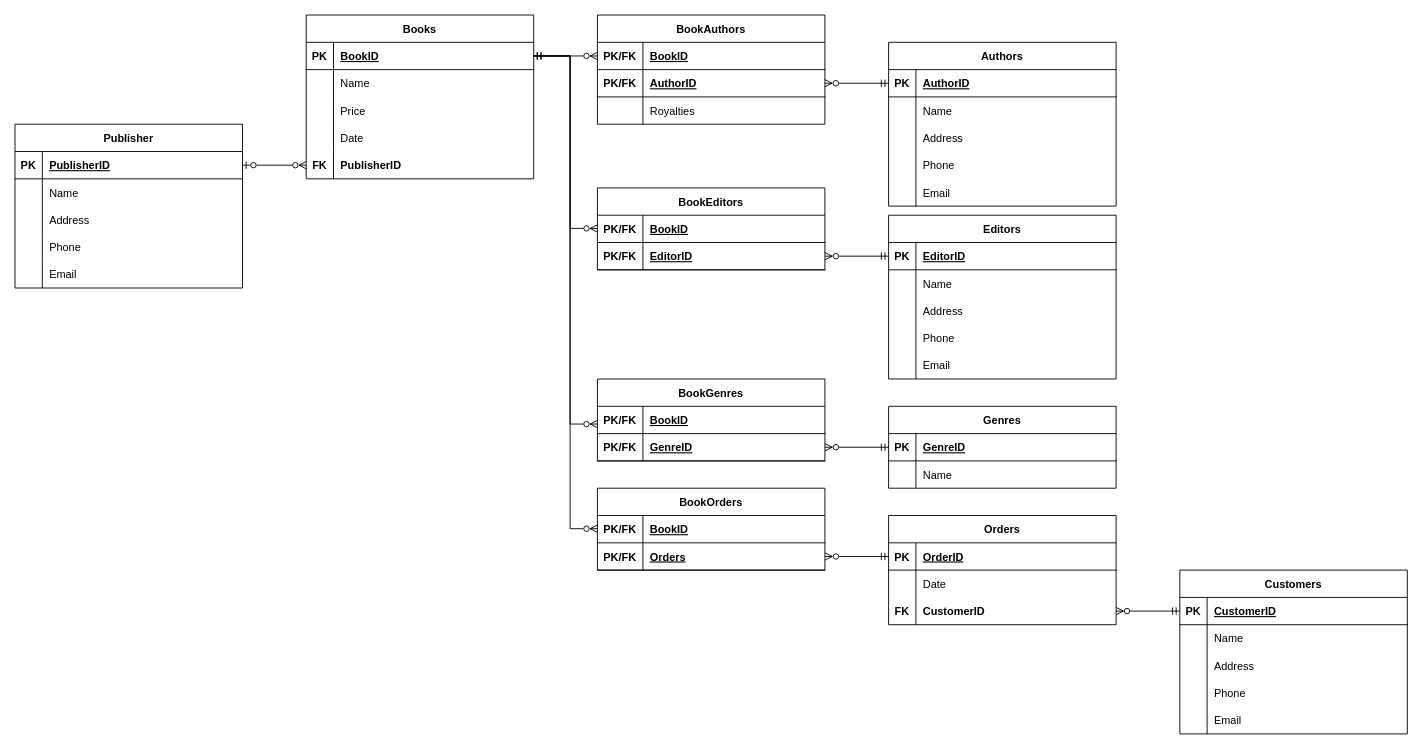
The draw.io diagram book_business.drawio in frogcjn/hw-db-book-biz, before the edit. Source tidied: cells renumbered, new cells numbered last; positions are measured from the earlier drawing's top-left corner, leaving out a move shared by most shapes. Both pictures are drawn from the tidied source at 91%, with x=0, y=0 at pixel (15, 15).
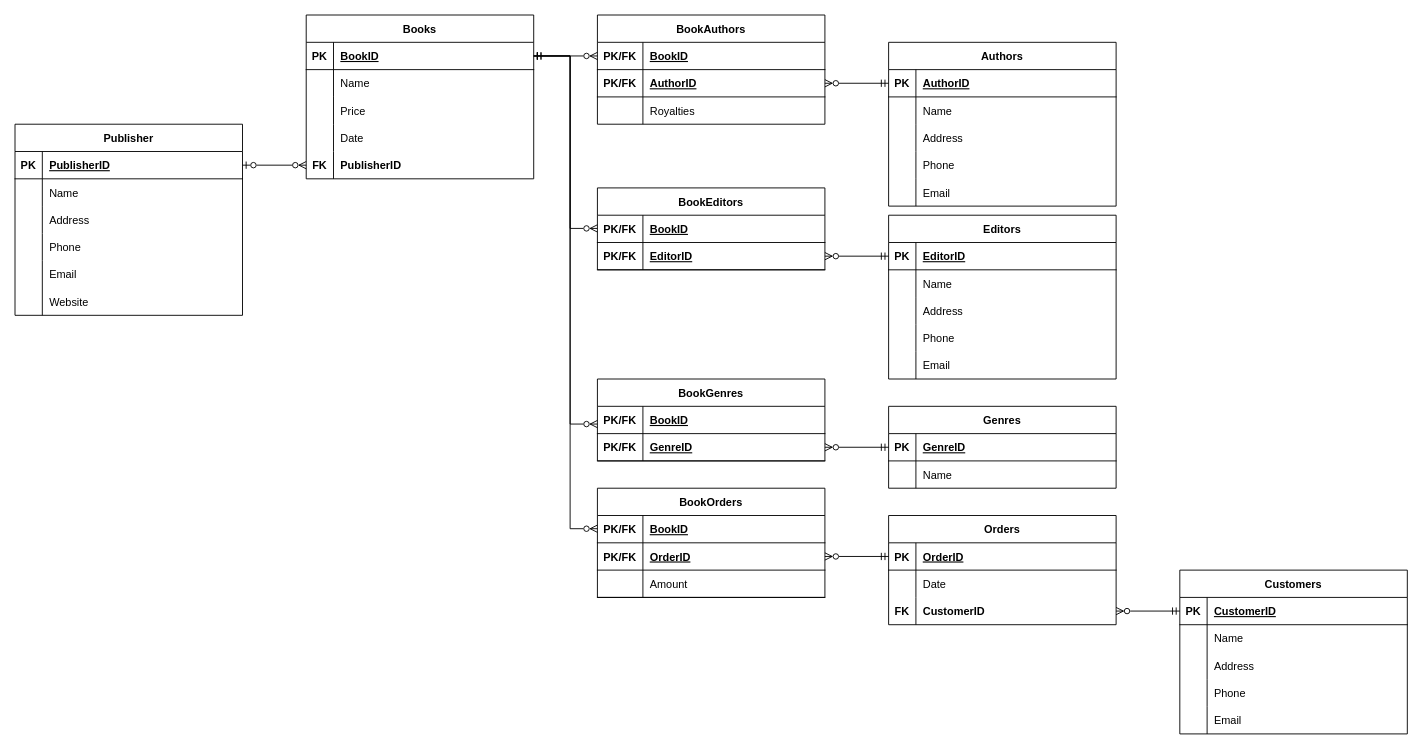
Above is the later version.

Commit message (it also covers changes not shown here):
update entities and properties txt and drawio

Unchanged cells that the change refers to:
```xml
<mxCell id="107" style="shape=partialRectangle;fillColor=none;top=0;left=0;right=0;bottom=1;" parent="103" vertex="1">
  <mxGeometry y="60" width="250" height="30" as="geometry" />
</mxCell>
```

What changed in the source:
```diff
@@
     <mxCell id="18" value="Publisher" style="shape=table;startSize=30;childLayout=tableLayout;rowLines=0;fontStyle=1;align=center;fillColor=none;" parent="1" vertex="1">
-      <mxGeometry y="120" width="250" height="180" as="geometry" />
+      <mxGeometry y="120" width="250" height="210" as="geometry" />
     </mxCell>
@@
+    <mxCell id="140" style="shape=partialRectangle;fillColor=none;top=0;left=0;right=0;bottom=0;" parent="18" vertex="1">
+      <mxGeometry y="180" width="250" height="30" as="geometry" />
+    </mxCell>
+    <mxCell id="141" style="shape=partialRectangle;overflow=hidden;fillColor=none;top=0;left=0;bottom=0;right=0;fontStyle=1;" parent="140" vertex="1">
+      <mxGeometry width="30" height="30" as="geometry" />
+    </mxCell>
+    <mxCell id="142" value="Website" style="shape=partialRectangle;overflow=hidden;top=0;left=0;bottom=0;right=0;align=left;spacingLeft=6;fillColor=none;strokeColor=none;shadow=0;fontColor=#000000;gradientColor=none;fontStyle=0;" parent="140" vertex="1">
+      <mxGeometry x="30" width="220" height="30" as="geometry" />
+    </mxCell>
@@
     <mxCell id="103" value="BookOrders" style="shape=table;startSize=30;childLayout=tableLayout;rowLines=0;fontStyle=1;align=center;fillColor=none;" parent="1" vertex="1">
-      <mxGeometry x="640" y="520" width="250" height="90" as="geometry" />
+      <mxGeometry x="640" y="520" width="250" height="120" as="geometry" />
     </mxCell>
@@
-    <mxCell id="109" value="Orders" style="shape=partialRectangle;overflow=hidden;fillColor=none;top=0;left=0;bottom=0;right=0;align=left;spacingLeft=6;fontStyle=5;" parent="107" vertex="1">
+    <mxCell id="109" value="OrderID" style="shape=partialRectangle;overflow=hidden;fillColor=none;top=0;left=0;bottom=0;right=0;align=left;spacingLeft=6;fontStyle=5;" parent="107" vertex="1">
       <mxGeometry x="50" width="200" height="30" as="geometry" />
     </mxCell>
+    <mxCell id="143" style="shape=partialRectangle;fillColor=none;top=0;left=0;right=0;bottom=1;" parent="103" vertex="1">
+      <mxGeometry y="90" width="250" height="30" as="geometry" />
+    </mxCell>
+    <mxCell id="144" style="shape=partialRectangle;overflow=hidden;fillColor=none;top=0;left=0;bottom=0;right=0;fontStyle=1;" parent="143" vertex="1">
+      <mxGeometry width="50" height="30" as="geometry" />
+    </mxCell>
+    <mxCell id="145" value="Amount" style="shape=partialRectangle;overflow=hidden;fillColor=none;top=0;left=0;bottom=0;right=0;align=left;spacingLeft=6;fontStyle=0;" parent="143" vertex="1">
+      <mxGeometry x="50" width="200" height="30" as="geometry" />
+    </mxCell>
```
